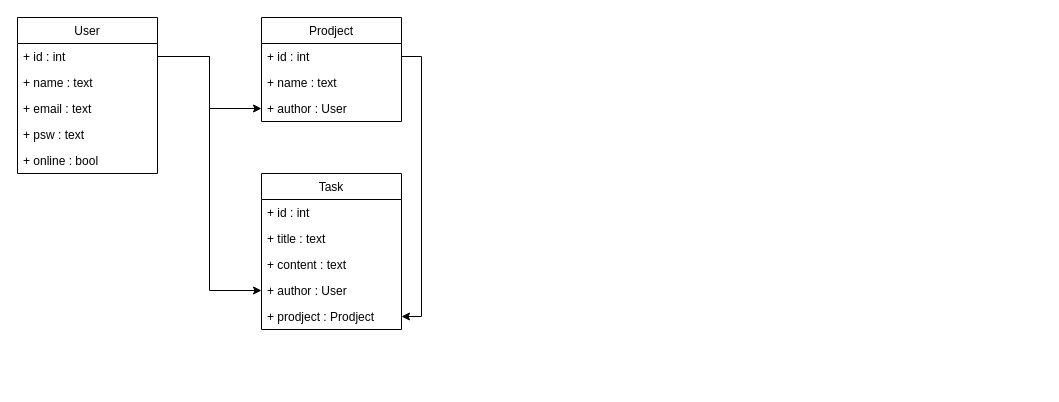
This is docs/class_d.drawio from Green-seeker-of-interesting/tasks_book, a draw.io file, before an edit. Source tidied: cells renumbered, new cells numbered last; positions are measured from the earlier drawing's top-left corner, leaving out a move shared by most shapes. Both pictures are drawn from the tidied source at 100%, with x=0, y=0 at pixel (17, 17).
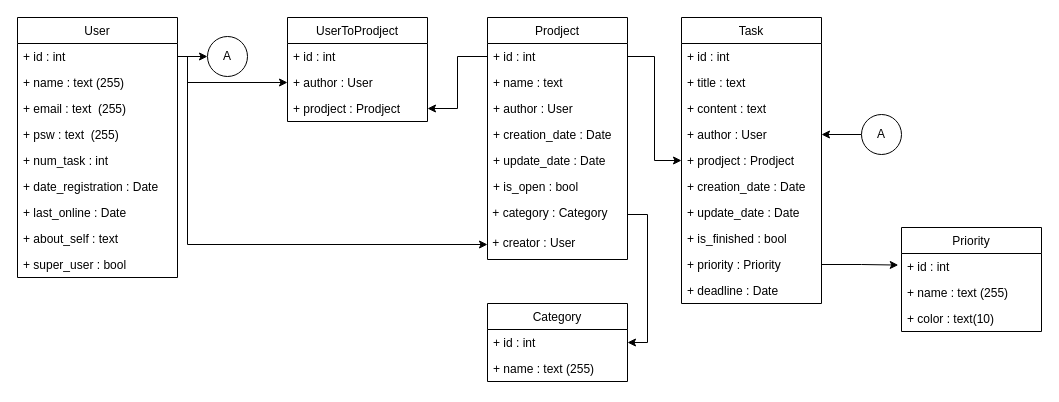
The same diagram, later.

Unchanged cells that the change refers to:
```xml
<mxCell id="10" value="+ id : int&#10;" style="text;strokeColor=none;fillColor=none;align=left;verticalAlign=top;spacingLeft=4;spacingRight=4;overflow=hidden;points=[[0,0.5],[1,0.5]];portConstraint=eastwest;" parent="9" vertex="1">
  <mxGeometry y="26" width="140" height="26" as="geometry" />
</mxCell>
<mxCell id="12" value="+ author : User" style="text;strokeColor=none;fillColor=none;align=left;verticalAlign=top;spacingLeft=4;spacingRight=4;overflow=hidden;points=[[0,0.5],[1,0.5]];portConstraint=eastwest;" parent="9" vertex="1">
  <mxGeometry y="78" width="140" height="26" as="geometry" />
</mxCell>
<mxCell id="17" value="+ author : User" style="text;strokeColor=none;fillColor=none;align=left;verticalAlign=top;spacingLeft=4;spacingRight=4;overflow=hidden;points=[[0,0.5],[1,0.5]];portConstraint=eastwest;" parent="13" vertex="1">
  <mxGeometry y="104" width="140" height="26" as="geometry" />
</mxCell>
<mxCell id="18" value="+ prodject : Prodject" style="text;strokeColor=none;fillColor=none;align=left;verticalAlign=top;spacingLeft=4;spacingRight=4;overflow=hidden;points=[[0,0.5],[1,0.5]];portConstraint=eastwest;" parent="13" vertex="1">
  <mxGeometry y="130" width="140" height="26" as="geometry" />
</mxCell>
```

The edit, as a diff of the source:
```diff
@@
-    <mxCell id="2" style="edgeStyle=orthogonalEdgeStyle;rounded=0;jettySize=auto;html=1;exitX=1;exitY=0.25;exitDx=0;exitDy=0;entryX=0;entryY=0.5;entryDx=0;entryDy=0;" parent="1" edge="1" source="3" target="12">
-      <mxGeometry relative="1" as="geometry" />
-    </mxCell>
     <mxCell id="3" value="User" style="swimlane;fontStyle=0;horizontal=1;startSize=26;fillColor=none;" parent="1" vertex="1">
-      <mxGeometry width="140" height="156" as="geometry" />
+      <mxGeometry width="160" height="260" as="geometry" />
     </mxCell>
     <mxCell id="4" value="+ id : int&#10;" style="text;strokeColor=none;fillColor=none;align=left;verticalAlign=top;spacingLeft=4;spacingRight=4;overflow=hidden;points=[[0,0.5],[1,0.5]];portConstraint=eastwest;" parent="3" vertex="1">
-      <mxGeometry y="26" width="140" height="26" as="geometry" />
+      <mxGeometry y="26" width="160" height="26" as="geometry" />
     </mxCell>
-    <mxCell id="5" value="+ name : text&#10;" style="text;strokeColor=none;fillColor=none;align=left;verticalAlign=top;spacingLeft=4;spacingRight=4;overflow=hidden;" parent="3" vertex="1">
-      <mxGeometry y="52" width="140" height="26" as="geometry" />
+    <mxCell id="5" value="+ name : text (255)&#10;" style="text;strokeColor=none;fillColor=none;align=left;verticalAlign=top;spacingLeft=4;spacingRight=4;overflow=hidden;" parent="3" vertex="1">
+      <mxGeometry y="52" width="160" height="26" as="geometry" />
     </mxCell>
-    <mxCell id="6" value="+ email : text" style="text;strokeColor=none;fillColor=none;align=left;verticalAlign=top;spacingLeft=4;spacingRight=4;overflow=hidden;" parent="3" vertex="1">
-      <mxGeometry y="78" width="140" height="26" as="geometry" />
+    <mxCell id="6" value="+ email : text  (255)" style="text;strokeColor=none;fillColor=none;align=left;verticalAlign=top;spacingLeft=4;spacingRight=4;overflow=hidden;" parent="3" vertex="1">
+      <mxGeometry y="78" width="160" height="26" as="geometry" />
     </mxCell>
+    <mxCell id="21" value="+ psw : text  (255)&#10;" style="text;strokeColor=none;fillColor=none;align=left;verticalAlign=top;spacingLeft=4;spacingRight=4;overflow=hidden;" parent="3" vertex="1">
+      <mxGeometry y="104" width="160" height="26" as="geometry" />
+    </mxCell>
+    <mxCell id="22" value="+ num_task : int" style="text;strokeColor=none;fillColor=none;align=left;verticalAlign=top;spacingLeft=4;spacingRight=4;overflow=hidden;" parent="3" vertex="1">
+      <mxGeometry y="130" width="160" height="26" as="geometry" />
+    </mxCell>
-    <mxCell id="7" value="+ psw : text" style="text;strokeColor=none;fillColor=none;align=left;verticalAlign=top;spacingLeft=4;spacingRight=4;overflow=hidden;" parent="3" vertex="1">
-      <mxGeometry y="104" width="140" height="26" as="geometry" />
+    <mxCell id="7" value="+ date_registration : Date" style="text;strokeColor=none;fillColor=none;align=left;verticalAlign=top;spacingLeft=4;spacingRight=4;overflow=hidden;" parent="3" vertex="1">
+      <mxGeometry y="156" width="160" height="26" as="geometry" />
     </mxCell>
-    <mxCell id="8" value="+ online : bool" style="text;strokeColor=none;fillColor=none;align=left;verticalAlign=top;spacingLeft=4;spacingRight=4;overflow=hidden;" parent="3" vertex="1">
-      <mxGeometry y="130" width="140" height="26" as="geometry" />
-    </mxCell>
+    <mxCell id="23" value="+ last_online : Date" style="text;strokeColor=none;fillColor=none;align=left;verticalAlign=top;spacingLeft=4;spacingRight=4;overflow=hidden;" parent="3" vertex="1">
+      <mxGeometry y="182" width="160" height="26" as="geometry" />
+    </mxCell>
+    <mxCell id="24" value="+ about_self : text" style="text;strokeColor=none;fillColor=none;align=left;verticalAlign=top;spacingLeft=4;spacingRight=4;overflow=hidden;" parent="3" vertex="1">
+      <mxGeometry y="208" width="160" height="26" as="geometry" />
+    </mxCell>
+    <mxCell id="25" value="+ super_user : bool " style="text;strokeColor=none;fillColor=none;align=left;verticalAlign=top;spacingLeft=4;spacingRight=4;overflow=hidden;" parent="3" vertex="1">
+      <mxGeometry y="234" width="160" height="26" as="geometry" />
+    </mxCell>
     <mxCell id="9" value="Prodject" style="swimlane;fontStyle=0;horizontal=1;startSize=26;fillColor=none;" parent="1" vertex="1">
-      <mxGeometry x="244" width="140" height="104" as="geometry" />
+      <mxGeometry x="470" width="140" height="242" as="geometry" />
     </mxCell>
@@
+    <mxCell id="26" value="+ creation_date : Date" style="text;strokeColor=none;fillColor=none;align=left;verticalAlign=top;spacingLeft=4;spacingRight=4;overflow=hidden;" parent="9" vertex="1">
+      <mxGeometry y="104" width="140" height="26" as="geometry" />
+    </mxCell>
+    <mxCell id="27" value="+ update_date : Date" style="text;strokeColor=none;fillColor=none;align=left;verticalAlign=top;spacingLeft=4;spacingRight=4;overflow=hidden;" parent="9" vertex="1">
+      <mxGeometry y="130" width="140" height="26" as="geometry" />
+    </mxCell>
+    <mxCell id="28" value="+ is_open : bool" style="text;strokeColor=none;fillColor=none;align=left;verticalAlign=top;spacingLeft=4;spacingRight=4;overflow=hidden;" parent="9" vertex="1">
+      <mxGeometry y="156" width="140" height="26" as="geometry" />
+    </mxCell>
+    <mxCell id="29" value="&amp;nbsp;+ category : Category" style="text;whiteSpace=wrap;html=1;" parent="9" vertex="1">
+      <mxGeometry y="182" width="140" height="30" as="geometry" />
+    </mxCell>
+    <mxCell id="30" value="&amp;nbsp;+ creator : User" style="text;whiteSpace=wrap;html=1;" parent="9" vertex="1">
+      <mxGeometry y="212" width="140" height="30" as="geometry" />
+    </mxCell>
     <mxCell id="13" value="Task" style="swimlane;fontStyle=0;horizontal=1;startSize=26;fillColor=none;" parent="1" vertex="1">
-      <mxGeometry x="244" y="156" width="140" height="156" as="geometry" />
+      <mxGeometry x="664" width="140" height="286" as="geometry" />
     </mxCell>
@@
-    <mxCell id="19" style="edgeStyle=orthogonalEdgeStyle;rounded=0;jettySize=auto;html=1;" parent="1" edge="1" source="4" target="17">
-      <mxGeometry relative="1" as="geometry" />
-    </mxCell>
+    <mxCell id="31" value="+ creation_date : Date" style="text;strokeColor=none;fillColor=none;align=left;verticalAlign=top;spacingLeft=4;spacingRight=4;overflow=hidden;" parent="13" vertex="1">
+      <mxGeometry y="156" width="140" height="26" as="geometry" />
+    </mxCell>
+    <mxCell id="32" value="+ update_date : Date" style="text;strokeColor=none;fillColor=none;align=left;verticalAlign=top;spacingLeft=4;spacingRight=4;overflow=hidden;" parent="13" vertex="1">
+      <mxGeometry y="182" width="140" height="26" as="geometry" />
+    </mxCell>
+    <mxCell id="33" value="+ is_finished : bool" style="text;strokeColor=none;fillColor=none;align=left;verticalAlign=top;spacingLeft=4;spacingRight=4;overflow=hidden;" parent="13" vertex="1">
+      <mxGeometry y="208" width="140" height="26" as="geometry" />
+    </mxCell>
+    <mxCell id="34" value="+ priority : Priority" style="text;strokeColor=none;fillColor=none;align=left;verticalAlign=top;spacingLeft=4;spacingRight=4;overflow=hidden;points=[[0,0.5],[1,0.5]];portConstraint=eastwest;" parent="13" vertex="1">
+      <mxGeometry y="234" width="140" height="26" as="geometry" />
+    </mxCell>
+    <mxCell id="35" value="+ deadline : Date" style="text;strokeColor=none;fillColor=none;align=left;verticalAlign=top;spacingLeft=4;spacingRight=4;overflow=hidden;" parent="13" vertex="1">
+      <mxGeometry y="260" width="140" height="26" as="geometry" />
+    </mxCell>
+    <mxCell id="36" value="Category" style="swimlane;fontStyle=0;horizontal=1;startSize=26;fillColor=none;labelBackgroundColor=none;" parent="1" vertex="1">
+      <mxGeometry x="470" y="286" width="140" height="78" as="geometry" />
+    </mxCell>
+    <mxCell id="37" value="+ id : int" style="text;strokeColor=none;fillColor=none;align=left;verticalAlign=top;spacingLeft=4;spacingRight=4;overflow=hidden;points=[[0,0.5],[1,0.5]];portConstraint=eastwest;labelBackgroundColor=none;" parent="36" vertex="1">
+      <mxGeometry y="26" width="140" height="26" as="geometry" />
+    </mxCell>
+    <mxCell id="38" value="+ name : text (255)" style="text;strokeColor=none;fillColor=none;align=left;verticalAlign=top;spacingLeft=4;spacingRight=4;overflow=hidden;labelBackgroundColor=none;" parent="36" vertex="1">
+      <mxGeometry y="52" width="140" height="26" as="geometry" />
+    </mxCell>
+    <mxCell id="39" value="Priority" style="swimlane;fontStyle=0;horizontal=1;startSize=26;fillColor=none;labelBackgroundColor=none;" parent="1" vertex="1">
+      <mxGeometry x="884" y="210" width="140" height="104" as="geometry" />
+    </mxCell>
+    <mxCell id="40" value="+ id : int" style="text;strokeColor=none;fillColor=none;align=left;verticalAlign=top;spacingLeft=4;spacingRight=4;overflow=hidden;points=[[0,0.5],[1,0.5]];portConstraint=eastwest;labelBackgroundColor=none;" parent="39" vertex="1">
+      <mxGeometry y="26" width="140" height="26" as="geometry" />
+    </mxCell>
+    <mxCell id="41" value="+ name : text (255)" style="text;strokeColor=none;fillColor=none;align=left;verticalAlign=top;spacingLeft=4;spacingRight=4;overflow=hidden;labelBackgroundColor=none;" parent="39" vertex="1">
+      <mxGeometry y="52" width="140" height="26" as="geometry" />
+    </mxCell>
+    <mxCell id="42" value="+ color : text(10)" style="text;strokeColor=none;fillColor=none;align=left;verticalAlign=top;spacingLeft=4;spacingRight=4;overflow=hidden;labelBackgroundColor=none;" parent="39" vertex="1">
+      <mxGeometry y="78" width="140" height="26" as="geometry" />
+    </mxCell>
+    <mxCell id="43" style="edgeStyle=orthogonalEdgeStyle;rounded=0;jettySize=auto;html=1;exitX=1;exitY=0.5;exitDx=0;exitDy=0;entryX=-0.023;entryY=0.445;entryDx=0;entryDy=0;entryPerimeter=0;" parent="1" edge="1" source="34" target="40">
+      <mxGeometry relative="1" as="geometry" />
+    </mxCell>
-    <mxCell id="20" style="edgeStyle=orthogonalEdgeStyle;rounded=0;jettySize=auto;html=1;" parent="1" edge="1" source="10" target="18">
-      <mxGeometry relative="1" as="geometry">
-        <Array as="points">
-          <mxPoint x="404" y="39" />
-          <mxPoint x="404" y="299" />
-        </Array>
-      </mxGeometry>
+    <mxCell id="20" style="edgeStyle=orthogonalEdgeStyle;rounded=0;jettySize=auto;html=1;exitX=1;exitY=0.5;exitDx=0;exitDy=0;entryX=0;entryY=0.5;entryDx=0;entryDy=0;" parent="1" edge="1" source="10" target="18">
+      <mxGeometry relative="1" as="geometry" />
     </mxCell>
+    <mxCell id="44" value="UserToProdject" style="swimlane;fontStyle=0;horizontal=1;startSize=26;fillColor=none;labelBackgroundColor=none;" parent="1" vertex="1">
+      <mxGeometry x="270" width="140" height="104" as="geometry" />
+    </mxCell>
+    <mxCell id="45" value="+ id : int" style="text;strokeColor=none;fillColor=none;align=left;verticalAlign=top;spacingLeft=4;spacingRight=4;overflow=hidden;labelBackgroundColor=none;" parent="44" vertex="1">
+      <mxGeometry y="26" width="140" height="26" as="geometry" />
+    </mxCell>
+    <mxCell id="46" value="+ author : User" style="text;strokeColor=none;fillColor=none;align=left;verticalAlign=top;spacingLeft=4;spacingRight=4;overflow=hidden;points=[[0,0.5],[1,0.5]];portConstraint=eastwest;labelBackgroundColor=none;" parent="44" vertex="1">
+      <mxGeometry y="52" width="140" height="26" as="geometry" />
+    </mxCell>
+    <mxCell id="47" value="+ prodject : Prodject" style="text;strokeColor=none;fillColor=none;align=left;verticalAlign=top;spacingLeft=4;spacingRight=4;overflow=hidden;points=[[0,0.5],[1,0.5]];portConstraint=eastwest;labelBackgroundColor=none;" parent="44" vertex="1">
+      <mxGeometry y="78" width="140" height="26" as="geometry" />
+    </mxCell>
+    <mxCell id="48" value="A" style="ellipse;whiteSpace=wrap;html=1;labelBackgroundColor=none;" parent="1" vertex="1">
+      <mxGeometry x="190" y="19" width="40" height="40" as="geometry" />
+    </mxCell>
+    <mxCell id="49" style="edgeStyle=orthogonalEdgeStyle;rounded=0;jettySize=auto;html=1;exitX=1;exitY=0.5;exitDx=0;exitDy=0;entryX=0;entryY=0.5;entryDx=0;entryDy=0;" parent="1" edge="1" source="4" target="48">
+      <mxGeometry relative="1" as="geometry" />
+    </mxCell>
+    <mxCell id="50" style="edgeStyle=orthogonalEdgeStyle;rounded=0;jettySize=auto;html=1;exitX=0;exitY=0.5;exitDx=0;exitDy=0;entryX=1;entryY=0.5;entryDx=0;entryDy=0;" parent="1" edge="1" source="51" target="17">
+      <mxGeometry relative="1" as="geometry" />
+    </mxCell>
+    <mxCell id="51" value="A" style="ellipse;whiteSpace=wrap;html=1;labelBackgroundColor=none;" parent="1" vertex="1">
+      <mxGeometry x="844" y="97" width="40" height="40" as="geometry" />
+    </mxCell>
+    <mxCell id="52" style="edgeStyle=orthogonalEdgeStyle;rounded=0;jettySize=auto;html=1;exitX=1;exitY=0.5;exitDx=0;exitDy=0;entryX=1;entryY=0.5;entryDx=0;entryDy=0;" parent="1" edge="1" source="29" target="37">
+      <mxGeometry relative="1" as="geometry" />
+    </mxCell>
+    <mxCell id="53" style="edgeStyle=orthogonalEdgeStyle;rounded=0;jettySize=auto;html=1;exitX=1;exitY=0.5;exitDx=0;exitDy=0;" parent="1" edge="1" source="4" target="46">
+      <mxGeometry relative="1" as="geometry">
+        <Array as="points">
+          <mxPoint x="170" y="39" />
+          <mxPoint x="170" y="65" />
+        </Array>
+      </mxGeometry>
+    </mxCell>
+    <mxCell id="54" style="edgeStyle=orthogonalEdgeStyle;rounded=0;jettySize=auto;html=1;exitX=0;exitY=0.5;exitDx=0;exitDy=0;entryX=1;entryY=0.5;entryDx=0;entryDy=0;" parent="1" edge="1" source="10" target="47">
+      <mxGeometry relative="1" as="geometry" />
+    </mxCell>
+    <mxCell id="55" style="edgeStyle=orthogonalEdgeStyle;rounded=0;jettySize=auto;html=1;exitX=1;exitY=0.5;exitDx=0;exitDy=0;entryX=0;entryY=0.5;entryDx=0;entryDy=0;" parent="1" edge="1" source="4" target="30">
+      <mxGeometry relative="1" as="geometry">
+        <Array as="points">
+          <mxPoint x="170" y="39" />
+          <mxPoint x="170" y="227" />
+        </Array>
+      </mxGeometry>
+    </mxCell>
```
